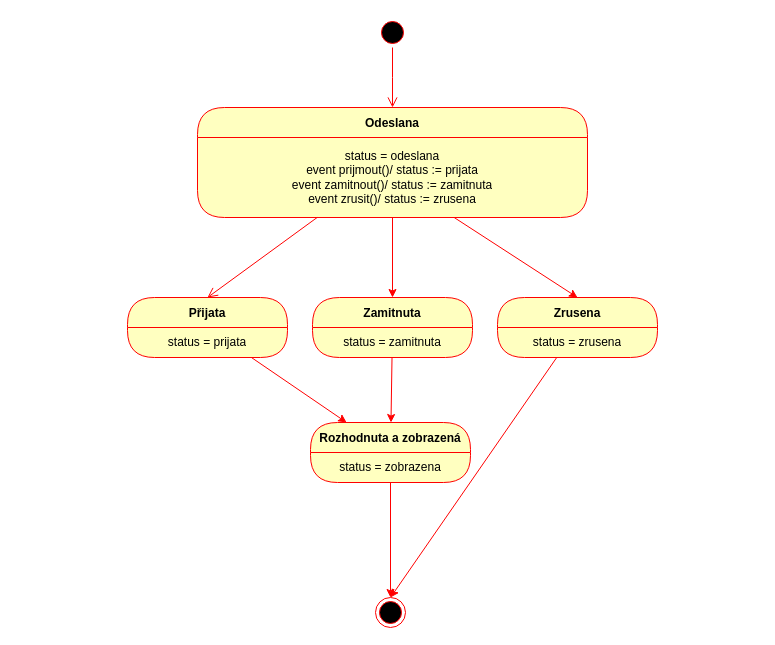
The draw.io diagram stavy.drawio in JakubBlaha/projekt-IUS, before the edit. Source tidied: cells renumbered, new cells numbered last; positions are measured from the earlier drawing's top-left corner, leaving out a move shared by most shapes. Both pictures are drawn from the tidied source at 100%, with x=0, y=0 at pixel (127, 17).
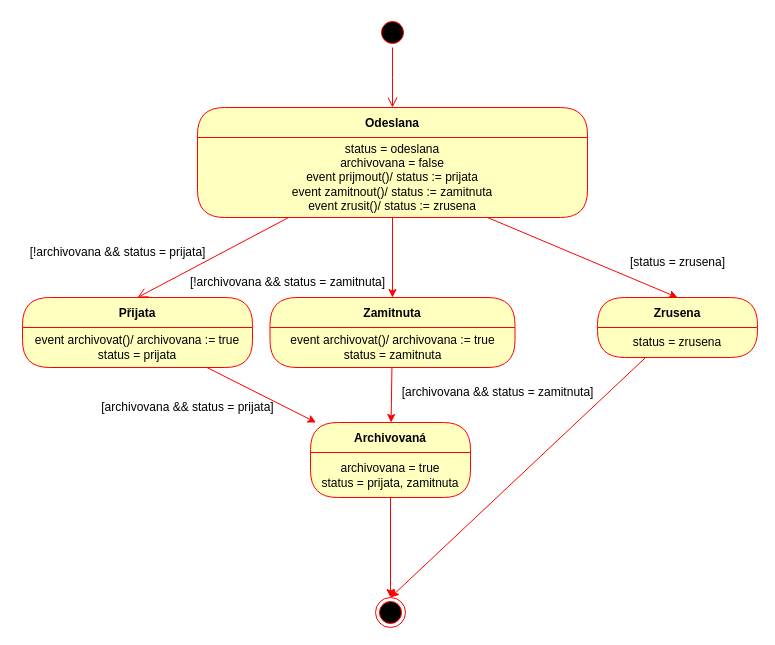
After the change.

The change refers to these unchanged cells:
```xml
<mxCell id="4" value="Odeslana" style="swimlane;fontStyle=1;align=center;verticalAlign=middle;horizontal=1;startSize=30;fontColor=#000000;rounded=1;arcSize=30;strokeColor=#ff0000;fillColor=#ffffc0;swimlaneFillColor=#ffffc0;" parent="1" vertex="1">
  <mxGeometry x="70" y="90" width="390" height="110" as="geometry" />
</mxCell>
```

What changed in the source:
```diff
@@
-    <mxCell id="5" value="status = odeslana&lt;br&gt;event prijmout()/ status := prijata&lt;br&gt;event zamitnout()/ status := zamitnuta&lt;br&gt;event zrusit()/ status := zrusena" style="text;html=1;strokeColor=none;fillColor=none;align=center;verticalAlign=middle;spacingLeft=4;spacingRight=4;whiteSpace=wrap;overflow=hidden;fontColor=#000000;" parent="4" vertex="1">
+    <mxCell id="5" value="status = odeslana&lt;br&gt;archivovana = false&lt;br&gt;event prijmout()/ status := prijata&lt;br&gt;event zamitnout()/ status := zamitnuta&lt;br&gt;event zrusit()/ status := zrusena" style="text;html=1;strokeColor=none;fillColor=none;align=center;verticalAlign=middle;spacingLeft=4;spacingRight=4;whiteSpace=wrap;overflow=hidden;fontColor=#000000;" parent="4" vertex="1">
       <mxGeometry y="30" width="390" height="80" as="geometry" />
     </mxCell>
@@
     <mxCell id="8" value="Přijata" style="swimlane;fontStyle=1;align=center;verticalAlign=middle;horizontal=1;startSize=30;fontColor=#000000;rounded=1;arcSize=30;strokeColor=#ff0000;fillColor=#ffffc0;swimlaneFillColor=#ffffc0;" parent="1" vertex="1">
-      <mxGeometry y="280" width="160" height="60" as="geometry" />
+      <mxGeometry x="-105" y="280" width="230" height="70" as="geometry" />
     </mxCell>
-    <mxCell id="9" value="status = prijata" style="text;html=1;strokeColor=none;fillColor=none;align=center;verticalAlign=middle;spacingLeft=4;spacingRight=4;whiteSpace=wrap;overflow=hidden;fontColor=#000000;" parent="8" vertex="1">
-      <mxGeometry y="30" width="160" height="30" as="geometry" />
+    <mxCell id="9" value="event archivovat()/ archivovana := true&lt;br&gt;status = prijata" style="text;html=1;strokeColor=none;fillColor=none;align=center;verticalAlign=middle;spacingLeft=4;spacingRight=4;whiteSpace=wrap;overflow=hidden;fontColor=#000000;" parent="8" vertex="1">
+      <mxGeometry y="30" width="230" height="40" as="geometry" />
     </mxCell>
@@
     <mxCell id="12" value="Zamitnuta" style="swimlane;fontStyle=1;align=center;verticalAlign=middle;horizontal=1;startSize=30;fontColor=#000000;rounded=1;arcSize=30;strokeColor=#ff0000;fillColor=#ffffc0;swimlaneFillColor=#ffffc0;" parent="1" vertex="1">
-      <mxGeometry x="185" y="280" width="160" height="60" as="geometry" />
+      <mxGeometry x="142.5" y="280" width="245" height="70" as="geometry" />
     </mxCell>
-    <mxCell id="13" value="status = zamitnuta" style="text;html=1;strokeColor=none;fillColor=none;align=center;verticalAlign=middle;spacingLeft=4;spacingRight=4;whiteSpace=wrap;overflow=hidden;fontColor=#000000;" parent="12" vertex="1">
-      <mxGeometry y="30" width="160" height="30" as="geometry" />
+    <mxCell id="13" value="event archivovat()/ archivovana := true&lt;br&gt;status = zamitnuta" style="text;html=1;strokeColor=none;fillColor=none;align=center;verticalAlign=middle;spacingLeft=4;spacingRight=4;whiteSpace=wrap;overflow=hidden;fontColor=#000000;" parent="12" vertex="1">
+      <mxGeometry y="30" width="245" height="40" as="geometry" />
     </mxCell>
@@
     <mxCell id="17" value="Zrusena" style="swimlane;fontStyle=1;align=center;verticalAlign=middle;horizontal=1;startSize=30;fontColor=#000000;rounded=1;arcSize=30;strokeColor=#ff0000;fillColor=#ffffc0;swimlaneFillColor=#ffffc0;" parent="1" vertex="1">
-      <mxGeometry x="370" y="280" width="160" height="60" as="geometry" />
+      <mxGeometry x="470" y="280" width="160" height="60" as="geometry" />
     </mxCell>
@@
-    <mxCell id="20" value="Rozhodnuta a zobrazená" style="swimlane;fontStyle=1;align=center;verticalAlign=middle;horizontal=1;startSize=30;fontColor=#000000;rounded=1;arcSize=30;strokeColor=#ff0000;fillColor=#ffffc0;swimlaneFillColor=#ffffc0;" parent="1" vertex="1">
-      <mxGeometry x="183" y="405" width="160" height="60" as="geometry" />
+    <mxCell id="20" value="Archivovaná" style="swimlane;fontStyle=1;align=center;verticalAlign=middle;horizontal=1;startSize=30;fontColor=#000000;rounded=1;arcSize=30;strokeColor=#ff0000;fillColor=#ffffc0;swimlaneFillColor=#ffffc0;" parent="1" vertex="1">
+      <mxGeometry x="183" y="405" width="160" height="75" as="geometry" />
     </mxCell>
-    <mxCell id="21" value="status = zobrazena" style="text;html=1;strokeColor=none;fillColor=none;align=center;verticalAlign=middle;spacingLeft=4;spacingRight=4;whiteSpace=wrap;overflow=hidden;fontColor=#000000;" parent="20" vertex="1">
-      <mxGeometry y="30" width="160" height="30" as="geometry" />
+    <mxCell id="21" value="archivovana = true&lt;br&gt;status = prijata, zamitnuta" style="text;html=1;strokeColor=none;fillColor=none;align=center;verticalAlign=middle;spacingLeft=4;spacingRight=4;whiteSpace=wrap;overflow=hidden;fontColor=#000000;" parent="20" vertex="1">
+      <mxGeometry y="30" width="160" height="45" as="geometry" />
     </mxCell>
@@
+    <mxCell id="23" value="&amp;nbsp;" style="text;html=1;align=center;verticalAlign=middle;fillColor=none;strokeColor=none;rounded=0;" parent="1" vertex="1">
+      <mxGeometry x="-5" y="35" width="30" height="30" as="geometry" />
+    </mxCell>
+    <mxCell id="24" value="[!archivovana &amp;amp;&amp;amp; status = prijata]" style="text;html=1;align=center;verticalAlign=middle;strokeColor=none;fillColor=none;" parent="1" vertex="1">
+      <mxGeometry x="-110" y="220" width="200" height="30" as="geometry" />
+    </mxCell>
+    <mxCell id="25" value="[!archivovana &amp;amp;&amp;amp; status = zamitnuta]" style="text;html=1;align=center;verticalAlign=middle;strokeColor=none;fillColor=none;" parent="1" vertex="1">
+      <mxGeometry x="50" y="250" width="220" height="30" as="geometry" />
+    </mxCell>
+    <mxCell id="26" value="[status = zrusena]" style="text;html=1;align=center;verticalAlign=middle;strokeColor=none;fillColor=none;" parent="1" vertex="1">
+      <mxGeometry x="490" y="230" width="120" height="30" as="geometry" />
+    </mxCell>
+    <mxCell id="27" value="[archivovana &amp;amp;&amp;amp; status = prijata]" style="text;html=1;align=center;verticalAlign=middle;strokeColor=none;fillColor=none;" parent="1" vertex="1">
+      <mxGeometry x="-40" y="375" width="200" height="30" as="geometry" />
+    </mxCell>
+    <mxCell id="28" value="[archivovana &amp;amp;&amp;amp; status = zamitnuta]" style="text;html=1;align=center;verticalAlign=middle;strokeColor=none;fillColor=none;" parent="1" vertex="1">
+      <mxGeometry x="260" y="360" width="220" height="30" as="geometry" />
+    </mxCell>
```
